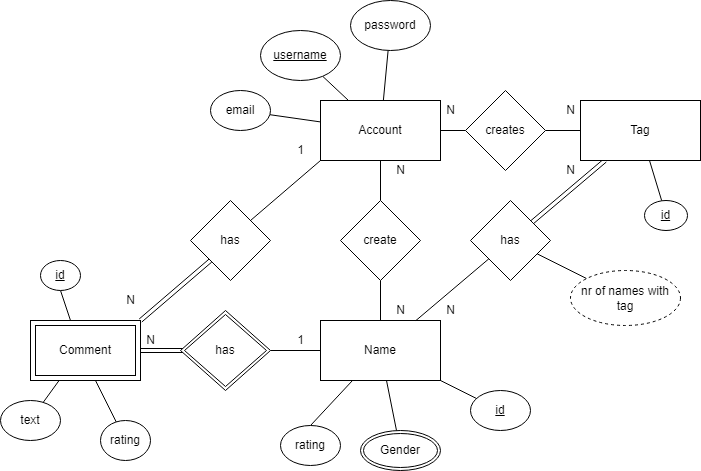
The draw.io diagram images/ER_Diagram.drawio.png in Kirme1/Namify, before a commit. Source tidied: cells renumbered, new cells last; positions are measured from the earlier drawing's top-left corner, leaving out a move shared by most shapes.
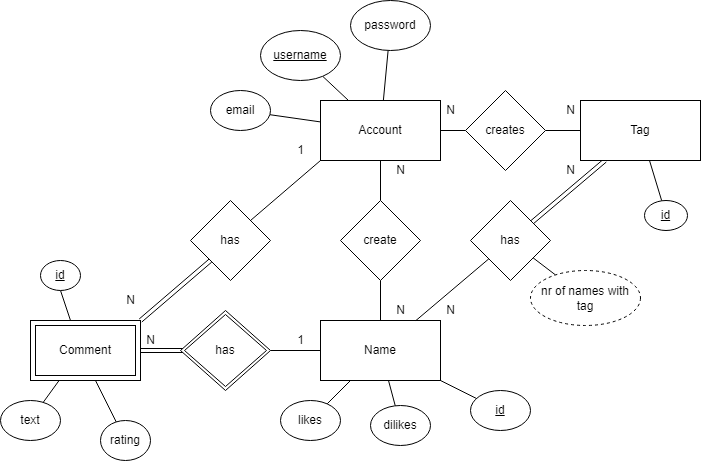
After the commit.

Change to the diagram source:
```diff
@@ -91,11 +91,11 @@
     <mxCell id="27" value="&lt;span&gt;id&lt;/span&gt;" style="ellipse;whiteSpace=wrap;html=1;fontStyle=4;" parent="1" vertex="1">
       <mxGeometry x="470" y="390" width="60" height="40" as="geometry" />
     </mxCell>
-    <mxCell id="28" style="edgeStyle=none;rounded=0;jettySize=auto;html=1;exitX=0.5;exitY=0;exitDx=0;exitDy=0;endArrow=none;endFill=0;" parent="1" edge="1" source="29" target="10">
+    <mxCell id="28" style="edgeStyle=none;rounded=0;jettySize=auto;html=1;endArrow=none;endFill=0;" parent="1" edge="1" source="29" target="10">
       <mxGeometry relative="1" as="geometry" />
     </mxCell>
-    <mxCell id="29" value="rating" style="ellipse;whiteSpace=wrap;html=1;" parent="1" vertex="1">
-      <mxGeometry x="280" y="425" width="60" height="40" as="geometry" />
+    <mxCell id="29" value="dilikes" style="ellipse;whiteSpace=wrap;html=1;" parent="1" vertex="1">
+      <mxGeometry x="370" y="405" width="60" height="40" as="geometry" />
     </mxCell>
     <mxCell id="30" style="edgeStyle=none;rounded=0;jettySize=auto;html=1;exitX=0.5;exitY=1;exitDx=0;exitDy=0;endArrow=none;endFill=0;" parent="1" edge="1" source="31">
       <mxGeometry relative="1" as="geometry">
@@ -138,17 +138,11 @@
     <mxCell id="42" value="N" style="text;html=1;align=center;verticalAlign=middle;strokeColor=none;fillColor=none;" parent="1" vertex="1">
       <mxGeometry x="435" y="295" width="30" height="30" as="geometry" />
     </mxCell>
-    <mxCell id="43" style="edgeStyle=none;rounded=0;jettySize=auto;html=1;endArrow=none;endFill=0;" parent="1" edge="1" source="44" target="10">
-      <mxGeometry relative="1" as="geometry" />
-    </mxCell>
-    <mxCell id="44" value="Gender" style="ellipse;shape=doubleEllipse;margin=3;whiteSpace=wrap;html=1;align=center;strokeWidth=1;" parent="1" vertex="1">
-      <mxGeometry x="360" y="430" width="80" height="40" as="geometry" />
-    </mxCell>
     <mxCell id="45" style="edgeStyle=none;rounded=0;jettySize=auto;html=1;endArrow=none;endFill=0;" parent="1" edge="1" source="46" target="38">
       <mxGeometry relative="1" as="geometry" />
     </mxCell>
     <mxCell id="46" value="nr of names with tag" style="ellipse;whiteSpace=wrap;html=1;align=center;dashed=1;strokeWidth=1;" parent="1" vertex="1">
-      <mxGeometry x="570" y="270" width="110" height="55" as="geometry" />
+      <mxGeometry x="530" y="270" width="110" height="55" as="geometry" />
     </mxCell>
     <mxCell id="47" style="edgeStyle=none;rounded=0;jettySize=auto;html=1;endArrow=none;endFill=0;" parent="1" edge="1" source="48" target="6">
       <mxGeometry relative="1" as="geometry" />
@@ -168,5 +162,11 @@
     <mxCell id="52" value="has" style="shape=rhombus;double=1;perimeter=rhombusPerimeter;whiteSpace=wrap;html=1;align=center;rounded=0;" parent="1" vertex="1">
       <mxGeometry x="180" y="310" width="90" height="80" as="geometry" />
     </mxCell>
+    <mxCell id="53" style="edgeStyle=none;rounded=0;jettySize=auto;html=1;endArrow=none;endFill=0;" parent="1" edge="1" source="54" target="10">
+      <mxGeometry relative="1" as="geometry" />
+    </mxCell>
+    <mxCell id="54" value="likes" style="ellipse;whiteSpace=wrap;html=1;rounded=0;" parent="1" vertex="1">
+      <mxGeometry x="280" y="400" width="60" height="40" as="geometry" />
+    </mxCell>
   </root>
 </mxGraphModel>
```
